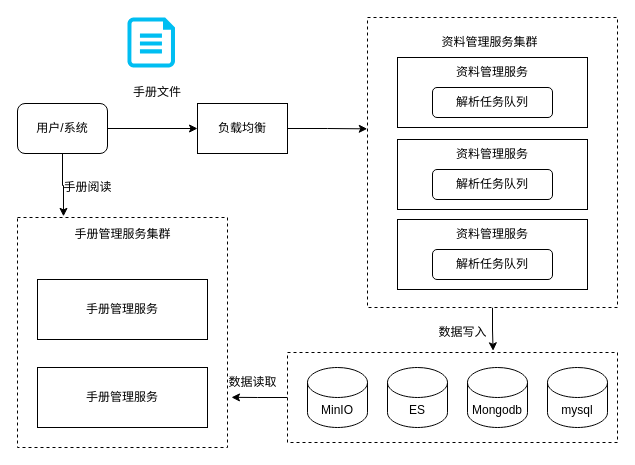
Before: 手册解析框架图.drawio in DemonHan/KuickBuy, a draw.io diagram. Source tidied: cells renumbered, new cells numbered last; positions are measured from the earlier drawing's top-left corner, leaving out a move shared by most shapes. Both pictures are drawn from the tidied source at 100%, with x=0, y=0 at pixel (17, 17).
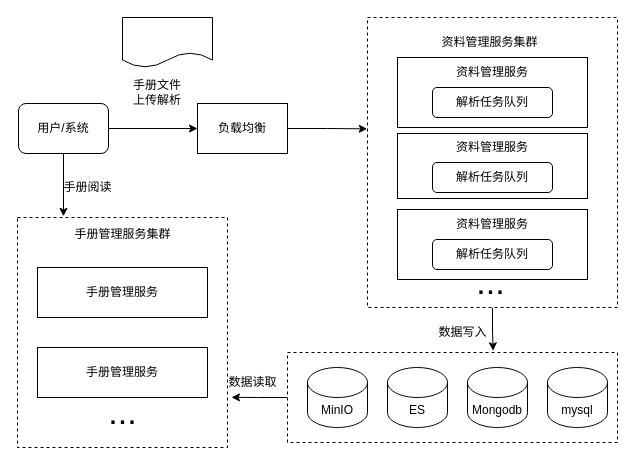
After the change.

Commit message:
更新手册解析框架图.drawio

Change to the diagram source:
```diff
@@
     <mxCell id="6" value="用户/系统" style="rounded=1;whiteSpace=wrap;html=1;" parent="1" vertex="1">
-      <mxGeometry y="86" width="90" height="50" as="geometry" />
+      <mxGeometry x="1" y="86" width="90" height="50" as="geometry" />
     </mxCell>
-    <mxCell id="7" value="手册文件" style="text;html=1;strokeColor=none;fillColor=none;align=center;verticalAlign=middle;whiteSpace=wrap;rounded=0;" parent="1" vertex="1">
+    <mxCell id="7" value="手册文件上传解析" style="text;html=1;strokeColor=none;fillColor=none;align=center;verticalAlign=middle;whiteSpace=wrap;rounded=0;" parent="1" vertex="1">
       <mxGeometry x="110" y="60" width="60" height="30" as="geometry" />
     </mxCell>
-    <mxCell id="8" style="verticalLabelPosition=bottom;html=1;verticalAlign=top;align=center;strokeColor=none;fillColor=#00BEF2;shape=mxgraph.azure.cloud_services_configuration_file;" parent="1" vertex="1">
-      <mxGeometry x="110" width="47.5" height="50" as="geometry" />
-    </mxCell>
@@
     <mxCell id="15" style="rounded=0;whiteSpace=wrap;html=1;" parent="1" vertex="1">
-      <mxGeometry x="380" y="122" width="190" height="70" as="geometry" />
+      <mxGeometry x="380" y="116" width="190" height="65" as="geometry" />
     </mxCell>
     <mxCell id="16" value="资料管理服务" style="text;html=1;strokeColor=none;fillColor=none;align=center;verticalAlign=middle;whiteSpace=wrap;rounded=0;" parent="1" vertex="1">
-      <mxGeometry x="425" y="122" width="100" height="30" as="geometry" />
+      <mxGeometry x="425" y="115" width="100" height="30" as="geometry" />
     </mxCell>
     <mxCell id="17" value="解析任务队列" style="rounded=1;whiteSpace=wrap;html=1;" parent="1" vertex="1">
-      <mxGeometry x="415" y="152" width="120" height="30" as="geometry" />
+      <mxGeometry x="415" y="145" width="120" height="30" as="geometry" />
     </mxCell>
     <mxCell id="18" style="rounded=0;whiteSpace=wrap;html=1;" parent="1" vertex="1">
-      <mxGeometry x="380" y="202" width="190" height="70" as="geometry" />
+      <mxGeometry x="380" y="192" width="190" height="70" as="geometry" />
     </mxCell>
     <mxCell id="19" value="资料管理服务" style="text;html=1;strokeColor=none;fillColor=none;align=center;verticalAlign=middle;whiteSpace=wrap;rounded=0;" parent="1" vertex="1">
-      <mxGeometry x="425" y="202" width="100" height="30" as="geometry" />
+      <mxGeometry x="425" y="192" width="100" height="30" as="geometry" />
     </mxCell>
     <mxCell id="20" value="解析任务队列" style="rounded=1;whiteSpace=wrap;html=1;" parent="1" vertex="1">
-      <mxGeometry x="415" y="232" width="120" height="30" as="geometry" />
+      <mxGeometry x="415" y="222" width="120" height="30" as="geometry" />
     </mxCell>
@@
     <mxCell id="28" value="手册管理服务" style="rounded=0;whiteSpace=wrap;html=1;" parent="1" vertex="1">
-      <mxGeometry x="20" y="262" width="170" height="60" as="geometry" />
+      <mxGeometry x="20" y="250" width="170" height="50" as="geometry" />
     </mxCell>
@@
     <mxCell id="30" value="手册管理服务" style="rounded=0;whiteSpace=wrap;html=1;" parent="1" vertex="1">
-      <mxGeometry x="20" y="350" width="170" height="60" as="geometry" />
+      <mxGeometry x="20" y="330" width="170" height="50" as="geometry" />
     </mxCell>
@@
+    <mxCell id="34" style="shape=document;whiteSpace=wrap;html=1;boundedLbl=1;" parent="1" vertex="1">
+      <mxGeometry x="105" width="90" height="50" as="geometry" />
+    </mxCell>
+    <mxCell id="35" value="..." style="text;html=1;align=center;verticalAlign=middle;strokeColor=none;fillColor=none;fontSize=34;" parent="1" vertex="1">
+      <mxGeometry x="80" y="370" width="50" height="50" as="geometry" />
+    </mxCell>
+    <mxCell id="36" value="..." style="text;html=1;align=center;verticalAlign=middle;strokeColor=none;fillColor=none;fontSize=34;" parent="1" vertex="1">
+      <mxGeometry x="447.5" y="240" width="50" height="50" as="geometry" />
+    </mxCell>
```
